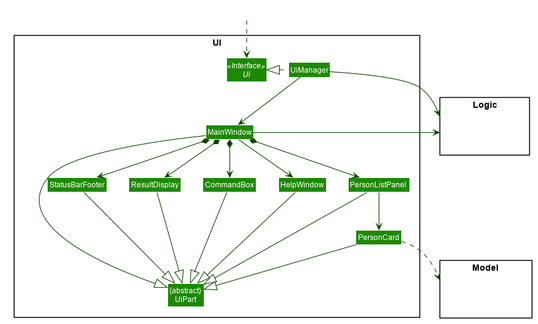
Before: images/UiClassDiagram.png, a diagram exported from PlantUML (wltan/tp). The source it was exported from:
```plantuml
@startuml








skinparam BackgroundColor #FFFFFFF

skinparam Shadowing false

skinparam Class {
    FontColor #FFFFFF
    BorderThickness 1
    BorderColor #FFFFFF
    StereotypeFontColor #FFFFFF
    FontName Arial
}

skinparam Actor {
    BorderColor #000000
    Color #000000
    FontName Arial
}

skinparam Sequence {
    MessageAlign center
    BoxFontSize 15
    BoxPadding 0
    BoxFontColor #FFFFFF
    FontName Arial
}

skinparam Participant {
    FontColor #FFFFFFF
    Padding 20
}

skinparam MinClassWidth 50
skinparam ParticipantPadding 10
skinparam Shadowing false
skinparam DefaultTextAlignment center
skinparam packageStyle Rectangle

hide footbox
hide members
hide circle
skinparam arrowThickness 1.1
skinparam arrowColor #0E4100
skinparam classBackgroundColor #1D8900

package UI <<Rectangle>>{
Interface Ui <<Interface>>
Class "{abstract}\nUiPart" as UiPart
Class UiManager
Class MainWindow
Class HelpWindow
Class ResultDisplay
Class PersonListPanel
Class PersonCard
Class StatusBarFooter
Class CommandBox
}

package Model <<Rectangle>> {
Class HiddenModel #FFFFFF
}

package Logic <<Rectangle>> {
Class HiddenLogic #FFFFFF
}

Class HiddenOutside #FFFFFF
HiddenOutside ..> Ui

UiManager .left.|> Ui
UiManager -down-> MainWindow
MainWindow --> HelpWindow
MainWindow *-down-> CommandBox
MainWindow *-down-> ResultDisplay
MainWindow *-down-> PersonListPanel
MainWindow *-down-> StatusBarFooter

PersonListPanel -down-> PersonCard

MainWindow -left-|> UiPart

ResultDisplay --|> UiPart
CommandBox --|> UiPart
PersonListPanel --|> UiPart
PersonCard --|> UiPart
StatusBarFooter --|> UiPart
HelpWindow -down-|> UiPart

PersonCard ..> Model
UiManager -right-> Logic
MainWindow -left-> Logic

PersonListPanel -[hidden]left- HelpWindow
HelpWindow -[hidden]left- CommandBox
CommandBox -[hidden]left- ResultDisplay
ResultDisplay -[hidden]left- StatusBarFooter

MainWindow -[hidden]-|> UiPart
@enduml
```
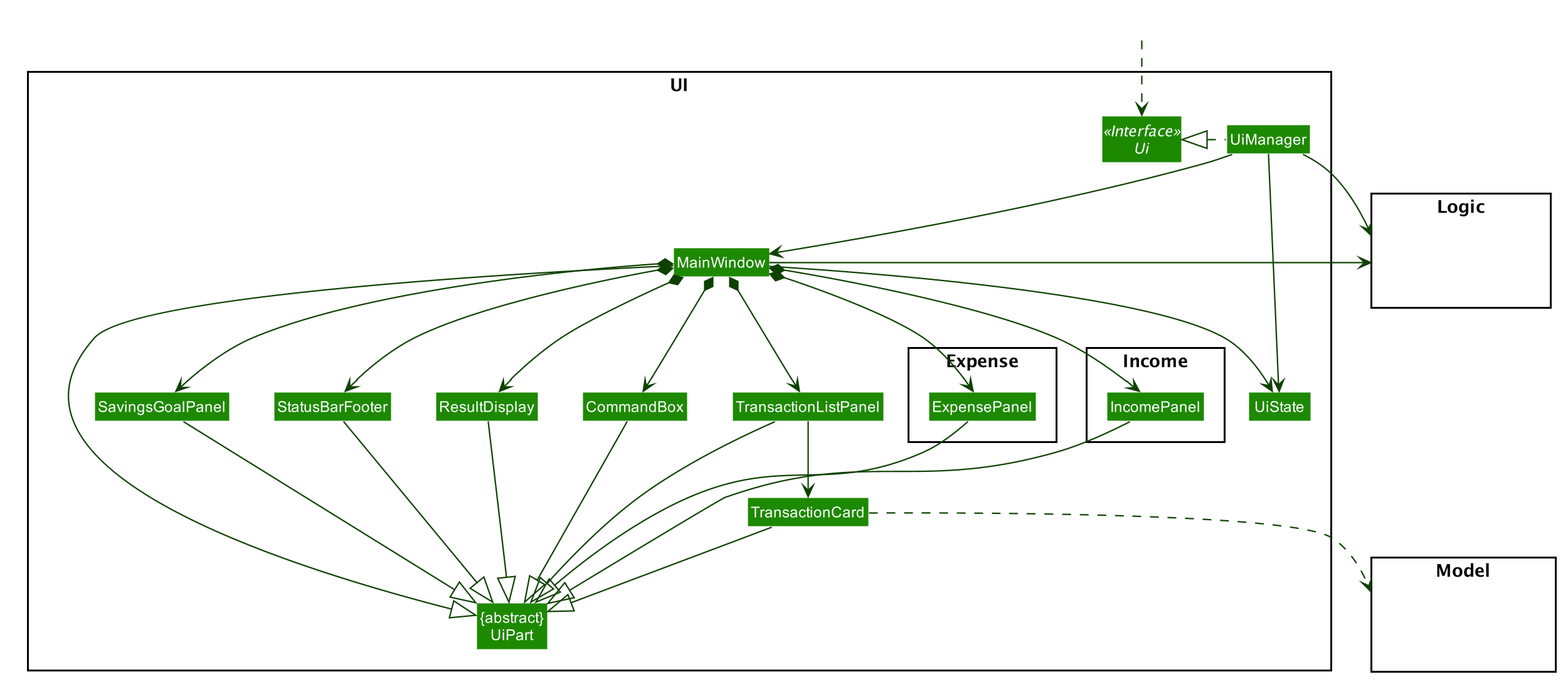
The same diagram one commit later.

The edit, as a diff of the source:
```diff
@@ -56,12 +56,21 @@
 Class "{abstract}\nUiPart" as UiPart
 Class UiManager
 Class MainWindow
-Class HelpWindow
 Class ResultDisplay
-Class PersonListPanel
-Class PersonCard
+Class TransactionListPanel
+Class TransactionCard
 Class StatusBarFooter
 Class CommandBox
+Class SavingsGoalPanel
+Class UiState
+
+package Expense {
+Class ExpensePanel
+}
+package Income {
+Class IncomePanel
+}
+
 }
 
 package Model <<Rectangle>> {
@@ -77,31 +86,37 @@
 
 UiManager .left.|> Ui
 UiManager -down-> MainWindow
-MainWindow --> HelpWindow
+UiManager --> UiState
+MainWindow --> UiState
 MainWindow *-down-> CommandBox
 MainWindow *-down-> ResultDisplay
-MainWindow *-down-> PersonListPanel
+MainWindow *-down-> TransactionListPanel
 MainWindow *-down-> StatusBarFooter
+MainWindow *-down-> ExpensePanel
+MainWindow *-down-> IncomePanel
+MainWindow *-down-> SavingsGoalPanel
 
-PersonListPanel -down-> PersonCard
+TransactionListPanel -down-> TransactionCard
 
 MainWindow -left-|> UiPart
 
 ResultDisplay --|> UiPart
 CommandBox --|> UiPart
-PersonListPanel --|> UiPart
-PersonCard --|> UiPart
+TransactionListPanel --|> UiPart
+TransactionCard --|> UiPart
 StatusBarFooter --|> UiPart
-HelpWindow -down-|> UiPart
+ExpensePanel --|> UiPart
+IncomePanel --|> UiPart
+SavingsGoalPanel --|> UiPart
 
-PersonCard ..> Model
+TransactionCard ..> Model
 UiManager -right-> Logic
 MainWindow -left-> Logic
 
-PersonListPanel -[hidden]left- HelpWindow
-HelpWindow -[hidden]left- CommandBox
 CommandBox -[hidden]left- ResultDisplay
 ResultDisplay -[hidden]left- StatusBarFooter
+ExpensePanel -[hidden]left- TransactionListPanel
+IncomePanel -[hidden]left- SavingsGoalPanel
 
 MainWindow -[hidden]-|> UiPart
 @enduml
```
